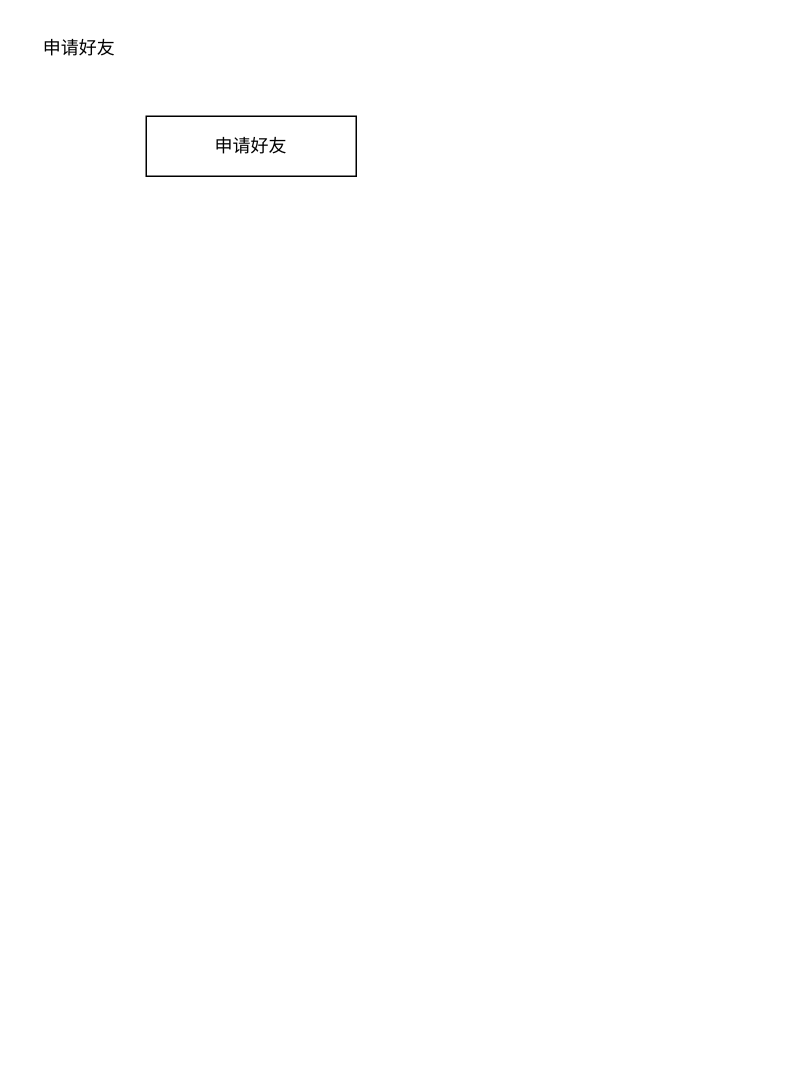
Above: SSJJ2/好友申请.drawio in Ordertiny/graph (draw.io), before the change. Source tidied: cells renumbered, new cells numbered last; positions are measured from the earlier drawing's top-left corner, leaving out a move shared by most shapes. Both pictures are drawn from the tidied source at 150%, with x=0, y=0 at pixel (26, 26).
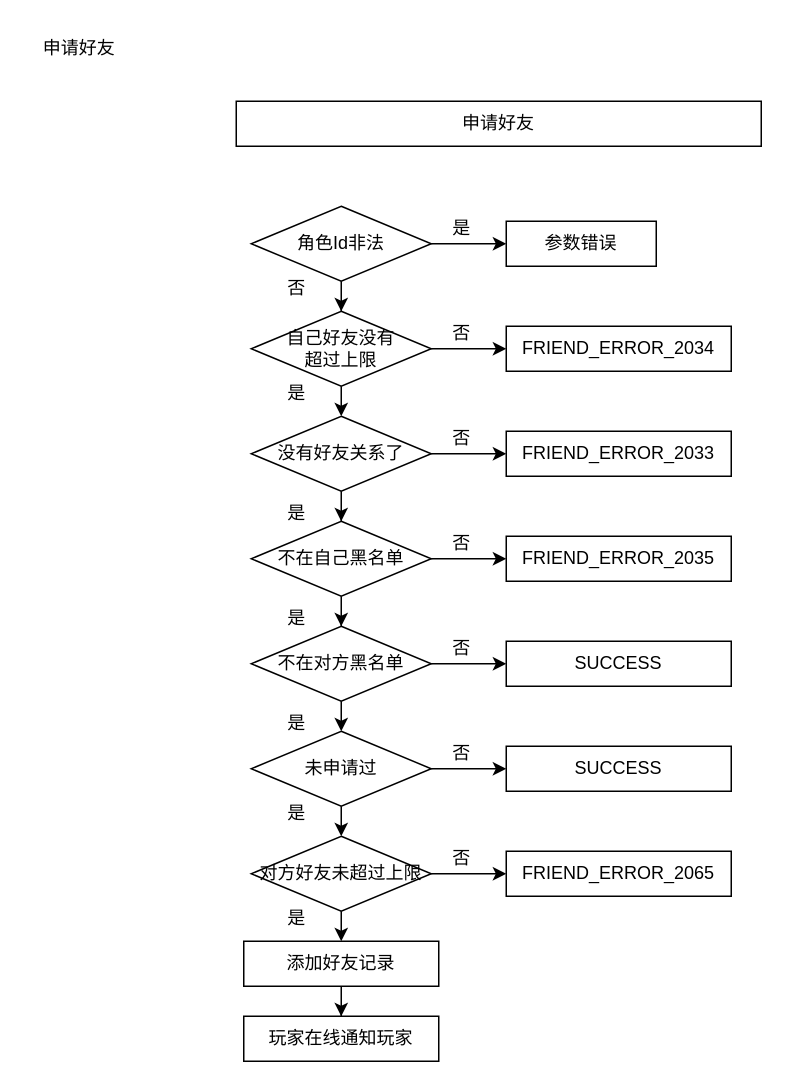
Above is the later version.

Commit message:
更新好友申请.drawio

What changed in the source:
```diff
@@
     <mxCell id="2" value="申请好友" style="rounded=0;whiteSpace=wrap;html=1;" parent="1" vertex="1">
-      <mxGeometry x="80" y="60" width="140" height="40" as="geometry" />
+      <mxGeometry x="140" y="50" width="350" height="30" as="geometry" />
     </mxCell>
@@
+    <mxCell id="4" style="edgeStyle=orthogonalEdgeStyle;rounded=0;jettySize=auto;html=1;exitX=0.5;exitY=1;exitDx=0;exitDy=0;" parent="1" edge="1" source="6" target="10">
+      <mxGeometry relative="1" as="geometry" />
+    </mxCell>
+    <mxCell id="5" style="edgeStyle=orthogonalEdgeStyle;rounded=0;jettySize=auto;html=1;exitX=1;exitY=0.5;exitDx=0;exitDy=0;" parent="1" edge="1" source="6" target="7">
+      <mxGeometry relative="1" as="geometry" />
+    </mxCell>
+    <mxCell id="6" value="角色Id非法" style="rhombus;whiteSpace=wrap;html=1;" parent="1" vertex="1">
+      <mxGeometry x="150" y="120" width="120" height="50" as="geometry" />
+    </mxCell>
+    <mxCell id="7" value="参数错误" style="rounded=0;whiteSpace=wrap;html=1;" parent="1" vertex="1">
+      <mxGeometry x="320" y="130" width="100" height="30" as="geometry" />
+    </mxCell>
+    <mxCell id="8" style="edgeStyle=orthogonalEdgeStyle;rounded=0;jettySize=auto;html=1;exitX=0.5;exitY=1;exitDx=0;exitDy=0;entryX=0.5;entryY=0;entryDx=0;entryDy=0;" parent="1" edge="1" source="10" target="14">
+      <mxGeometry relative="1" as="geometry" />
+    </mxCell>
+    <mxCell id="9" style="edgeStyle=orthogonalEdgeStyle;rounded=0;jettySize=auto;html=1;exitX=1;exitY=0.5;exitDx=0;exitDy=0;" parent="1" edge="1" source="10" target="11">
+      <mxGeometry relative="1" as="geometry" />
+    </mxCell>
+    <mxCell id="10" value="自己好友没有&lt;br&gt;超过上限" style="rhombus;whiteSpace=wrap;html=1;" parent="1" vertex="1">
+      <mxGeometry x="150" y="190" width="120" height="50" as="geometry" />
+    </mxCell>
+    <mxCell id="11" value="FRIEND_ERROR_2034" style="rounded=0;whiteSpace=wrap;html=1;" parent="1" vertex="1">
+      <mxGeometry x="320" y="200" width="150" height="30" as="geometry" />
+    </mxCell>
+    <mxCell id="12" style="edgeStyle=orthogonalEdgeStyle;rounded=0;jettySize=auto;html=1;exitX=0.5;exitY=1;exitDx=0;exitDy=0;" parent="1" edge="1" source="14" target="18">
+      <mxGeometry relative="1" as="geometry" />
+    </mxCell>
+    <mxCell id="13" style="edgeStyle=orthogonalEdgeStyle;rounded=0;jettySize=auto;html=1;exitX=1;exitY=0.5;exitDx=0;exitDy=0;" parent="1" edge="1" source="14" target="15">
+      <mxGeometry relative="1" as="geometry" />
+    </mxCell>
+    <mxCell id="14" value="没有好友关系了" style="rhombus;whiteSpace=wrap;html=1;" parent="1" vertex="1">
+      <mxGeometry x="150" y="260" width="120" height="50" as="geometry" />
+    </mxCell>
+    <mxCell id="15" value="FRIEND_ERROR_2033" style="rounded=0;whiteSpace=wrap;html=1;" parent="1" vertex="1">
+      <mxGeometry x="320" y="270" width="150" height="30" as="geometry" />
+    </mxCell>
+    <mxCell id="16" style="edgeStyle=orthogonalEdgeStyle;rounded=0;jettySize=auto;html=1;exitX=0.5;exitY=1;exitDx=0;exitDy=0;" parent="1" edge="1" source="18" target="22">
+      <mxGeometry relative="1" as="geometry" />
+    </mxCell>
+    <mxCell id="17" style="edgeStyle=orthogonalEdgeStyle;rounded=0;jettySize=auto;html=1;exitX=1;exitY=0.5;exitDx=0;exitDy=0;" parent="1" edge="1" source="18" target="19">
+      <mxGeometry relative="1" as="geometry" />
+    </mxCell>
+    <mxCell id="18" value="不在自己黑名单" style="rhombus;whiteSpace=wrap;html=1;" parent="1" vertex="1">
+      <mxGeometry x="150" y="330" width="120" height="50" as="geometry" />
+    </mxCell>
+    <mxCell id="19" value="FRIEND_ERROR_2035" style="rounded=0;whiteSpace=wrap;html=1;" parent="1" vertex="1">
+      <mxGeometry x="320" y="340" width="150" height="30" as="geometry" />
+    </mxCell>
+    <mxCell id="20" style="edgeStyle=orthogonalEdgeStyle;rounded=0;jettySize=auto;html=1;exitX=0.5;exitY=1;exitDx=0;exitDy=0;entryX=0.5;entryY=0;entryDx=0;entryDy=0;" parent="1" edge="1" source="22" target="26">
+      <mxGeometry relative="1" as="geometry" />
+    </mxCell>
+    <mxCell id="21" style="edgeStyle=orthogonalEdgeStyle;rounded=0;jettySize=auto;html=1;exitX=1;exitY=0.5;exitDx=0;exitDy=0;" parent="1" edge="1" source="22" target="23">
+      <mxGeometry relative="1" as="geometry" />
+    </mxCell>
+    <mxCell id="22" value="不在对方黑名单" style="rhombus;whiteSpace=wrap;html=1;" parent="1" vertex="1">
+      <mxGeometry x="150" y="400" width="120" height="50" as="geometry" />
+    </mxCell>
+    <mxCell id="23" value="SUCCESS" style="rounded=0;whiteSpace=wrap;html=1;" parent="1" vertex="1">
+      <mxGeometry x="320" y="410" width="150" height="30" as="geometry" />
+    </mxCell>
+    <mxCell id="24" style="edgeStyle=orthogonalEdgeStyle;rounded=0;jettySize=auto;html=1;exitX=0.5;exitY=1;exitDx=0;exitDy=0;entryX=0.5;entryY=0;entryDx=0;entryDy=0;" parent="1" edge="1" source="26" target="30">
+      <mxGeometry relative="1" as="geometry" />
+    </mxCell>
+    <mxCell id="25" style="edgeStyle=orthogonalEdgeStyle;rounded=0;jettySize=auto;html=1;exitX=1;exitY=0.5;exitDx=0;exitDy=0;" parent="1" edge="1" source="26" target="27">
+      <mxGeometry relative="1" as="geometry" />
+    </mxCell>
+    <mxCell id="26" value="未申请过" style="rhombus;whiteSpace=wrap;html=1;" parent="1" vertex="1">
+      <mxGeometry x="150" y="470" width="120" height="50" as="geometry" />
+    </mxCell>
+    <mxCell id="27" value="SUCCESS" style="rounded=0;whiteSpace=wrap;html=1;" parent="1" vertex="1">
+      <mxGeometry x="320" y="480" width="150" height="30" as="geometry" />
+    </mxCell>
+    <mxCell id="28" style="edgeStyle=orthogonalEdgeStyle;rounded=0;jettySize=auto;html=1;exitX=0.5;exitY=1;exitDx=0;exitDy=0;entryX=0.5;entryY=0;entryDx=0;entryDy=0;" parent="1" edge="1" source="30" target="33">
+      <mxGeometry relative="1" as="geometry" />
+    </mxCell>
+    <mxCell id="29" style="edgeStyle=orthogonalEdgeStyle;rounded=0;jettySize=auto;html=1;exitX=1;exitY=0.5;exitDx=0;exitDy=0;" parent="1" edge="1" source="30" target="31">
+      <mxGeometry relative="1" as="geometry" />
+    </mxCell>
+    <mxCell id="30" value="对方好友未超过上限" style="rhombus;whiteSpace=wrap;html=1;" parent="1" vertex="1">
+      <mxGeometry x="150" y="540" width="120" height="50" as="geometry" />
+    </mxCell>
+    <mxCell id="31" value="FRIEND_ERROR_2065" style="rounded=0;whiteSpace=wrap;html=1;" parent="1" vertex="1">
+      <mxGeometry x="320" y="550" width="150" height="30" as="geometry" />
+    </mxCell>
+    <mxCell id="32" style="edgeStyle=orthogonalEdgeStyle;rounded=0;jettySize=auto;html=1;exitX=0.5;exitY=1;exitDx=0;exitDy=0;" parent="1" edge="1" source="33" target="34">
+      <mxGeometry relative="1" as="geometry" />
+    </mxCell>
+    <mxCell id="33" value="添加好友记录" style="rounded=0;whiteSpace=wrap;html=1;" parent="1" vertex="1">
+      <mxGeometry x="145" y="610" width="130" height="30" as="geometry" />
+    </mxCell>
+    <mxCell id="34" value="玩家在线通知玩家" style="rounded=0;whiteSpace=wrap;html=1;" parent="1" vertex="1">
+      <mxGeometry x="145" y="660" width="130" height="30" as="geometry" />
+    </mxCell>
+    <mxCell id="35" value="是" style="text;html=1;align=center;verticalAlign=middle;strokeColor=none;fillColor=none;" parent="1" vertex="1">
+      <mxGeometry x="270" y="120" width="40" height="30" as="geometry" />
+    </mxCell>
+    <mxCell id="36" value="否" style="text;html=1;align=center;verticalAlign=middle;strokeColor=none;fillColor=none;" parent="1" vertex="1">
+      <mxGeometry x="160" y="160" width="40" height="30" as="geometry" />
+    </mxCell>
+    <mxCell id="37" value="是" style="text;html=1;align=center;verticalAlign=middle;strokeColor=none;fillColor=none;" parent="1" vertex="1">
+      <mxGeometry x="160" y="230" width="40" height="30" as="geometry" />
+    </mxCell>
+    <mxCell id="38" value="是" style="text;html=1;align=center;verticalAlign=middle;strokeColor=none;fillColor=none;" parent="1" vertex="1">
+      <mxGeometry x="160" y="310" width="40" height="30" as="geometry" />
+    </mxCell>
+    <mxCell id="39" value="是" style="text;html=1;align=center;verticalAlign=middle;strokeColor=none;fillColor=none;" parent="1" vertex="1">
+      <mxGeometry x="160" y="380" width="40" height="30" as="geometry" />
+    </mxCell>
+    <mxCell id="40" value="是" style="text;html=1;align=center;verticalAlign=middle;strokeColor=none;fillColor=none;" parent="1" vertex="1">
+      <mxGeometry x="160" y="450" width="40" height="30" as="geometry" />
+    </mxCell>
+    <mxCell id="41" value="是" style="text;html=1;align=center;verticalAlign=middle;strokeColor=none;fillColor=none;" parent="1" vertex="1">
+      <mxGeometry x="160" y="510" width="40" height="30" as="geometry" />
+    </mxCell>
+    <mxCell id="42" value="是" style="text;html=1;align=center;verticalAlign=middle;strokeColor=none;fillColor=none;" parent="1" vertex="1">
+      <mxGeometry x="160" y="580" width="40" height="30" as="geometry" />
+    </mxCell>
+    <mxCell id="43" value="否" style="text;html=1;align=center;verticalAlign=middle;strokeColor=none;fillColor=none;" parent="1" vertex="1">
+      <mxGeometry x="270" y="190" width="40" height="30" as="geometry" />
+    </mxCell>
+    <mxCell id="44" value="否" style="text;html=1;align=center;verticalAlign=middle;strokeColor=none;fillColor=none;" parent="1" vertex="1">
+      <mxGeometry x="270" y="260" width="40" height="30" as="geometry" />
+    </mxCell>
+    <mxCell id="45" value="否" style="text;html=1;align=center;verticalAlign=middle;strokeColor=none;fillColor=none;" parent="1" vertex="1">
+      <mxGeometry x="270" y="330" width="40" height="30" as="geometry" />
+    </mxCell>
+    <mxCell id="46" value="否" style="text;html=1;align=center;verticalAlign=middle;strokeColor=none;fillColor=none;" parent="1" vertex="1">
+      <mxGeometry x="270" y="400" width="40" height="30" as="geometry" />
+    </mxCell>
+    <mxCell id="47" value="否" style="text;html=1;align=center;verticalAlign=middle;strokeColor=none;fillColor=none;" parent="1" vertex="1">
+      <mxGeometry x="270" y="470" width="40" height="30" as="geometry" />
+    </mxCell>
+    <mxCell id="48" value="否" style="text;html=1;align=center;verticalAlign=middle;strokeColor=none;fillColor=none;" parent="1" vertex="1">
+      <mxGeometry x="270" y="540" width="40" height="30" as="geometry" />
+    </mxCell>
```
